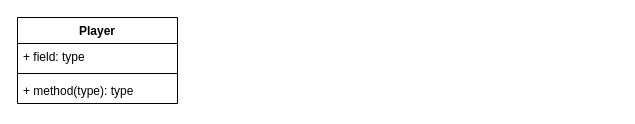
Earlier version of the draw.io diagram classes.drawio (BraydenR0311/foodForThought). Source tidied: cells renumbered, new cells numbered last; positions are measured from the earlier drawing's top-left corner, leaving out a move shared by most shapes. Both pictures are drawn from the tidied source at 100%, with x=0, y=0 at pixel (17, 17).
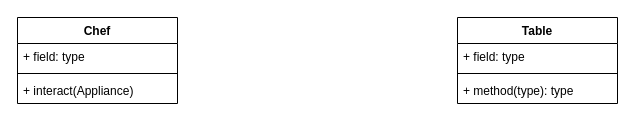
Above is the later version.

Diff of the diagram source:
```diff
@@
 <mxGraphModel>
   <root>
     <mxCell id="0" />
     <mxCell id="1" parent="0" />
-    <mxCell id="2" value="&lt;div&gt;Player&lt;/div&gt;" style="swimlane;fontStyle=1;align=center;verticalAlign=top;horizontal=1;startSize=26;whiteSpace=wrap;html=1;" parent="1" vertex="1">
+    <mxCell id="2" value="&lt;div&gt;Chef&lt;/div&gt;" style="swimlane;fontStyle=1;align=center;verticalAlign=top;horizontal=1;startSize=26;whiteSpace=wrap;html=1;" parent="1" vertex="1">
       <mxGeometry width="160" height="86" as="geometry" />
     </mxCell>
     <mxCell id="3" value="+ field: type" style="text;strokeColor=none;fillColor=none;align=left;verticalAlign=top;spacingLeft=4;spacingRight=4;overflow=hidden;whiteSpace=wrap;html=1;" parent="2" vertex="1">
       <mxGeometry y="26" width="160" height="26" as="geometry" />
     </mxCell>
     <mxCell id="4" style="line;strokeWidth=1;fillColor=none;align=left;verticalAlign=middle;spacingTop=-1;spacingLeft=3;spacingRight=3;labelPosition=right;strokeColor=inherit;" parent="2" vertex="1">
       <mxGeometry y="52" width="160" height="8" as="geometry" />
     </mxCell>
-    <mxCell id="5" value="+ method(type): type" style="text;strokeColor=none;fillColor=none;align=left;verticalAlign=top;spacingLeft=4;spacingRight=4;overflow=hidden;whiteSpace=wrap;html=1;" parent="2" vertex="1">
+    <mxCell id="5" value="+ interact(Appliance)" style="text;strokeColor=none;fillColor=none;align=left;verticalAlign=top;spacingLeft=4;spacingRight=4;overflow=hidden;whiteSpace=wrap;html=1;" parent="2" vertex="1">
       <mxGeometry y="60" width="160" height="26" as="geometry" />
     </mxCell>
+    <mxCell id="6" value="Table" style="swimlane;fontStyle=1;align=center;verticalAlign=top;horizontal=1;startSize=26;whiteSpace=wrap;html=1;" parent="1" vertex="1">
+      <mxGeometry x="440" width="160" height="86" as="geometry" />
+    </mxCell>
+    <mxCell id="7" value="+ field: type" style="text;strokeColor=none;fillColor=none;align=left;verticalAlign=top;spacingLeft=4;spacingRight=4;overflow=hidden;whiteSpace=wrap;html=1;" parent="6" vertex="1">
+      <mxGeometry y="26" width="160" height="26" as="geometry" />
+    </mxCell>
+    <mxCell id="8" style="line;strokeWidth=1;fillColor=none;align=left;verticalAlign=middle;spacingTop=-1;spacingLeft=3;spacingRight=3;labelPosition=right;strokeColor=inherit;" parent="6" vertex="1">
+      <mxGeometry y="52" width="160" height="8" as="geometry" />
+    </mxCell>
+    <mxCell id="9" value="+ method(type): type" style="text;strokeColor=none;fillColor=none;align=left;verticalAlign=top;spacingLeft=4;spacingRight=4;overflow=hidden;whiteSpace=wrap;html=1;" parent="6" vertex="1">
+      <mxGeometry y="60" width="160" height="26" as="geometry" />
+    </mxCell>
   </root>
 </mxGraphModel>
```
